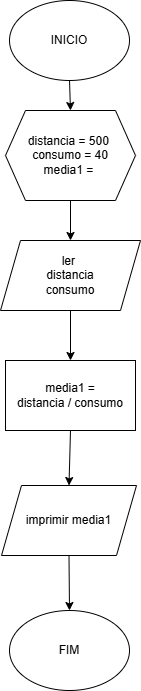
This is ativ5.drawio.png from sthevaolol/Draw.io, a draw.io export, as it was before one commit. Source tidied: cells renumbered, new cells last; positions are measured from the earlier drawing's top-left corner, leaving out a move shared by most shapes. Source of this version:
```xml
<mxGraphModel>
  <root>
    <mxCell id="0" />
    <mxCell id="1" parent="0" />
    <mxCell id="2" value="FIM" style="ellipse;whiteSpace=wrap;html=1;" parent="1" vertex="1">
      <mxGeometry x="9" y="610" width="120" height="80" as="geometry" />
    </mxCell>
    <mxCell id="3" value="INICIO" style="ellipse;whiteSpace=wrap;html=1;" parent="1" vertex="1">
      <mxGeometry x="9" width="120" height="80" as="geometry" />
    </mxCell>
    <mxCell id="4" value="distancia = 500&amp;nbsp;&lt;div&gt;consumo = 40&lt;/div&gt;&lt;div&gt;media1 =&amp;nbsp;&lt;/div&gt;" style="shape=hexagon;perimeter=hexagonPerimeter2;whiteSpace=wrap;html=1;fixedSize=1;" parent="1" vertex="1">
      <mxGeometry x="5" y="110" width="130" height="90" as="geometry" />
    </mxCell>
    <mxCell id="5" value="ler&amp;nbsp;&lt;div&gt;distancia&lt;/div&gt;&lt;div&gt;consumo&lt;/div&gt;" style="shape=parallelogram;perimeter=parallelogramPerimeter;whiteSpace=wrap;html=1;fixedSize=1;" parent="1" vertex="1">
      <mxGeometry y="240" width="140" height="70" as="geometry" />
    </mxCell>
    <mxCell id="6" value="&lt;div&gt;media1 =&lt;/div&gt;distancia / consumo" style="rounded=0;whiteSpace=wrap;html=1;" parent="1" vertex="1">
      <mxGeometry x="5" y="360" width="130" height="70" as="geometry" />
    </mxCell>
    <mxCell id="7" value="imprimir media1" style="shape=parallelogram;perimeter=parallelogramPerimeter;whiteSpace=wrap;html=1;fixedSize=1;" parent="1" vertex="1">
      <mxGeometry x="1" y="485" width="135" height="70" as="geometry" />
    </mxCell>
    <mxCell id="8" style="endArrow=classic;html=1;rounded=0;exitX=0.5;exitY=1;exitDx=0;exitDy=0;entryX=0.5;entryY=0;entryDx=0;entryDy=0;" parent="1" edge="1" source="4" target="5">
      <mxGeometry relative="1" as="geometry" />
    </mxCell>
    <mxCell id="9" style="endArrow=classic;html=1;rounded=0;exitX=0.5;exitY=1;exitDx=0;exitDy=0;entryX=0.5;entryY=0;entryDx=0;entryDy=0;" parent="1" edge="1" source="7" target="2">
      <mxGeometry relative="1" as="geometry" />
    </mxCell>
    <mxCell id="10" style="endArrow=classic;html=1;rounded=0;entryX=0.5;entryY=0;entryDx=0;entryDy=0;exitX=0.5;exitY=1;exitDx=0;exitDy=0;" parent="1" edge="1" source="6" target="7">
      <mxGeometry relative="1" as="geometry" />
    </mxCell>
    <mxCell id="11" style="endArrow=classic;html=1;rounded=0;exitX=0.5;exitY=1;exitDx=0;exitDy=0;entryX=0.5;entryY=0;entryDx=0;entryDy=0;" parent="1" edge="1" source="5" target="6">
      <mxGeometry relative="1" as="geometry" />
    </mxCell>
    <mxCell id="12" style="endArrow=classic;html=1;rounded=0;exitX=0.5;exitY=1;exitDx=0;exitDy=0;entryX=0.5;entryY=0;entryDx=0;entryDy=0;" parent="1" edge="1" source="3" target="4">
      <mxGeometry relative="1" as="geometry" />
    </mxCell>
  </root>
</mxGraphModel>
```
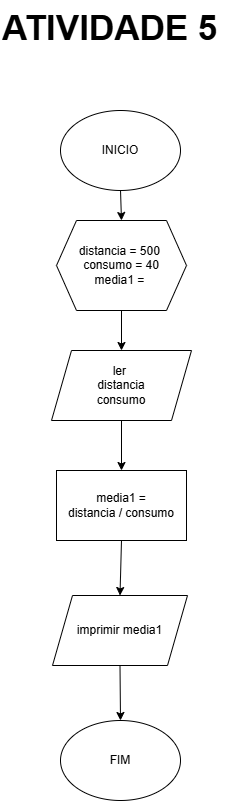
After the change.

What changed in the source:
```diff
@@ -35,5 +35,8 @@
     <mxCell id="12" style="endArrow=classic;html=1;rounded=0;exitX=0.5;exitY=1;exitDx=0;exitDy=0;entryX=0.5;entryY=0;entryDx=0;entryDy=0;" parent="1" edge="1" source="3" target="4">
       <mxGeometry relative="1" as="geometry" />
     </mxCell>
+    <mxCell id="13" value="&lt;h1 style=&quot;margin-top: 0px;&quot;&gt;&lt;font style=&quot;font-size: 35px;&quot;&gt;ATIVIDADE 5&lt;/font&gt;&lt;/h1&gt;" style="text;html=1;whiteSpace=wrap;overflow=hidden;rounded=0;" parent="1" vertex="1">
+      <mxGeometry x="-51" y="-110" width="230" height="50" as="geometry" />
+    </mxCell>
   </root>
 </mxGraphModel>
```
